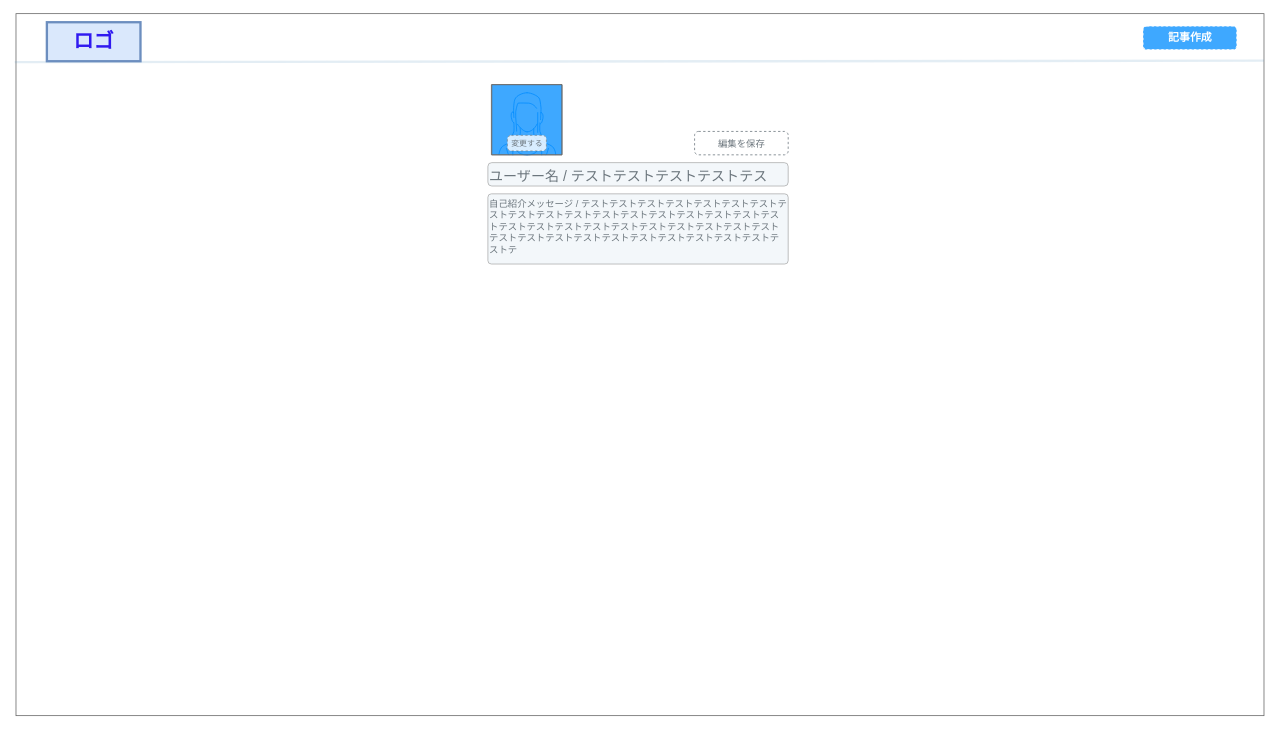
fjsho/codegym-team-development keeps this draw.io diagram as documents/ScreenDesigns/プロフィール編集画面.drawio. Above is the earlier version. Source tidied: cells renumbered, new cells numbered last; positions are measured from the earlier drawing's top-left corner, leaving out a move shared by most shapes. Both pictures are drawn from the tidied source at 78%, with x=0, y=0 at pixel (16, 13).
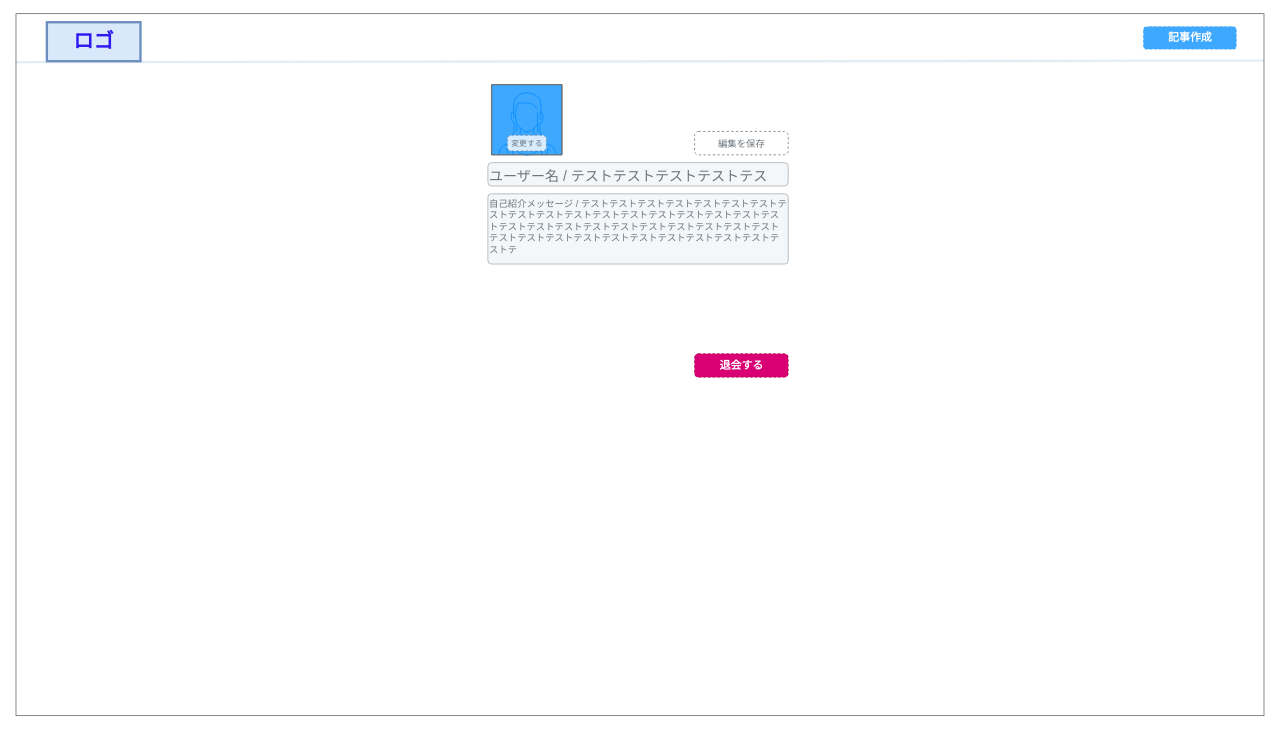
Above is the later version.

Commit message:
[fix]退会ボタンの設置（編集画面）

The edit, as a diff of the source:
```diff
@@
 <mxGraphModel>
   <root>
     <mxCell id="0" />
     <mxCell id="1" parent="0" />
     <mxCell id="2" value="&lt;div class=&quot;sessionsLayoutHeader_title&quot; style=&quot;box-sizing: inherit ; margin: 30px 0px ; letter-spacing: 1px ; font-size: 36px ; font-weight: 400 ; color: rgb(74 , 74 , 74) ; font-style: normal ; text-indent: 0px ; text-transform: none ; word-spacing: 0px ; background-color: rgb(255 , 255 , 255)&quot;&gt;&lt;br&gt;&lt;/div&gt;" style="html=1;shadow=0;dashed=0;fontSize=16;align=left;spacing=15;fillColor=#fff;fontColor=#333333;strokeColor=#666666;" parent="1" vertex="1">
       <mxGeometry width="1600" height="900" as="geometry" />
     </mxCell>
     <mxCell id="3" style="endArrow=none;html=1;strokeColor=#5c93bb2b;strokeWidth=3;entryX=1;entryY=0.067;entryDx=0;entryDy=0;entryPerimeter=0;exitX=-0.001;exitY=0.069;exitDx=0;exitDy=0;exitPerimeter=0;" parent="1" edge="1" source="2" target="2">
       <mxGeometry relative="1" as="geometry" />
     </mxCell>
     <mxCell id="4" value="ロゴ" style="rounded=0;whiteSpace=wrap;html=1;strokeWidth=3;fillColor=#dae8fc;strokeColor=#6c8ebf;fontStyle=1;fontSize=26;labelBackgroundColor=none;fontColor=#301AF0;" parent="1" vertex="1">
       <mxGeometry x="39.6" y="11" width="120" height="50" as="geometry" />
     </mxCell>
     <mxCell id="5" value="&lt;font style=&quot;font-size: 12px&quot;&gt;編集を保存&lt;/font&gt;" style="html=1;shadow=0;dashed=1;shape=mxgraph.bootstrap.rrect;rSize=5;fillColor=#fff;strokeColor=#6c767d;align=center;spacing=15;fontSize=14;fontColor=#6c767d;" parent="1" vertex="1">
       <mxGeometry x="870" y="151" width="120" height="30" as="geometry" />
     </mxCell>
     <mxCell id="6" style="verticalLabelPosition=bottom;shadow=0;dashed=0;align=center;html=1;verticalAlign=top;strokeWidth=1;shape=mxgraph.mockup.containers.userFemale;strokeColor=#666666;strokeColor2=#008cff;fontSize=12;fontColor=#FFFFFF;fillColor=#3EA8FF;" parent="1" vertex="1">
       <mxGeometry x="610" y="91" width="90" height="90" as="geometry" />
     </mxCell>
     <mxCell id="7" value="記事作成" style="html=1;shadow=0;dashed=1;shape=mxgraph.bootstrap.rrect;rSize=5;fillColor=#3EA8FF;strokeColor=#FFFFFF;align=center;spacing=15;fontSize=14;fontColor=#FFFFFF;fontStyle=1;" parent="1" vertex="1">
       <mxGeometry x="1445" y="16" width="120" height="30" as="geometry" />
     </mxCell>
     <mxCell id="8" value="&lt;font style=&quot;font-size: 10px;&quot;&gt;変更する&lt;/font&gt;" style="html=1;shadow=0;dashed=1;shape=mxgraph.bootstrap.rrect;rSize=5;fillColor=#fff;strokeColor=#6c767d;align=center;spacing=15;fontSize=10;fontColor=#6c767d;gradientColor=none;opacity=80;" parent="1" vertex="1">
       <mxGeometry x="630" y="156" width="50" height="20" as="geometry" />
     </mxCell>
     <mxCell id="9" value="&lt;span style=&quot;font-size: 18px&quot;&gt;&lt;font&gt;ユーザー名 / テストテストテストテストテス&lt;/font&gt;&lt;/span&gt;" style="html=1;shadow=0;dashed=0;shape=mxgraph.bootstrap.rrect;rSize=5;fillColor=#f1f5f9;strokeColor=#999999;align=left;spacing=2;fontSize=14;fontColor=#6C767D;rounded=0;opacity=80;spacingTop=5;" parent="1" vertex="1">
       <mxGeometry x="605" y="191" width="385" height="30" as="geometry" />
     </mxCell>
     <mxCell id="10" value="自己紹介メッセージ / テストテストテストテストテストテストテストテストテストテストテストテストテストテストテストテストテストテストテストテストテストテストテストテストテストテストテストテストテストテストテストテストテストテストテストテストテストテストテストテ" style="text;strokeColor=#999999;fillColor=#F1F5F9;align=left;verticalAlign=top;rounded=1;labelBackgroundColor=none;fontSize=12;fontColor=#6C767D;horizontal=1;whiteSpace=wrap;html=1;arcSize=5;opacity=80;" parent="1" vertex="1">
       <mxGeometry x="605" y="231" width="385" height="90" as="geometry" />
     </mxCell>
+    <mxCell id="11" value="退会する" style="html=1;shadow=0;dashed=1;shape=mxgraph.bootstrap.rrect;rSize=5;fillColor=#d80073;strokeColor=#A50040;align=center;spacing=15;fontSize=14;fontColor=#ffffff;fontStyle=1;" parent="1" vertex="1">
+      <mxGeometry x="870" y="436" width="120" height="30" as="geometry" />
+    </mxCell>
   </root>
 </mxGraphModel>
```
